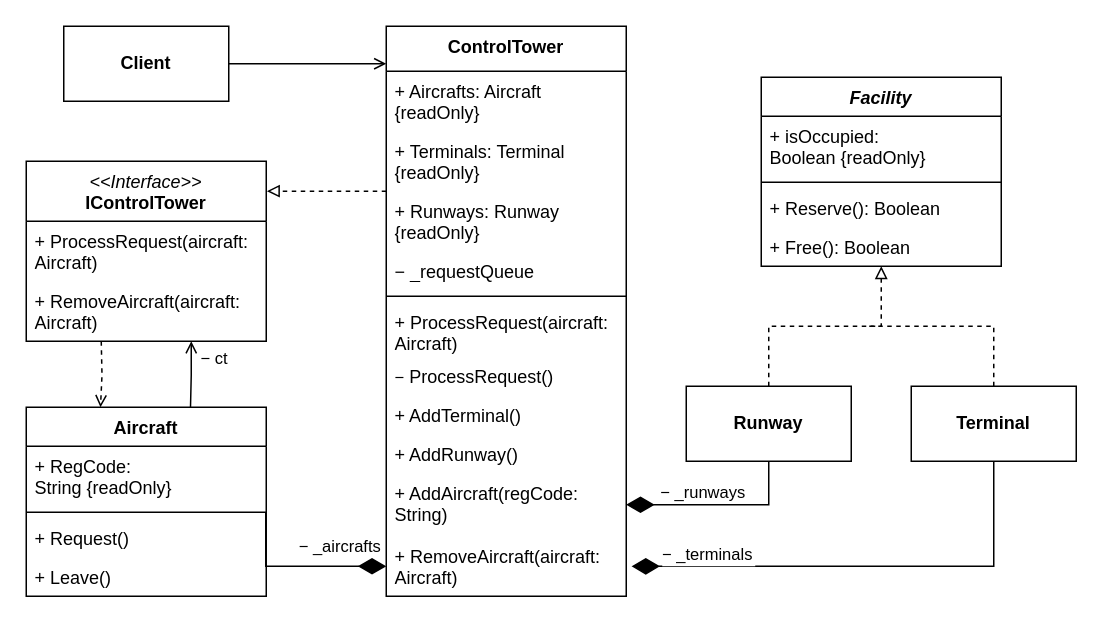
This is Lab_3/Lab_3.drawio from 4lnULpGkuW/OOAD2, a draw.io file, before an edit. Source tidied: cells renumbered, new cells numbered last; positions are measured from the earlier drawing's top-left corner, leaving out a move shared by most shapes. Both pictures are drawn from the tidied source at 150%, with x=0, y=0 at pixel (26, 26).
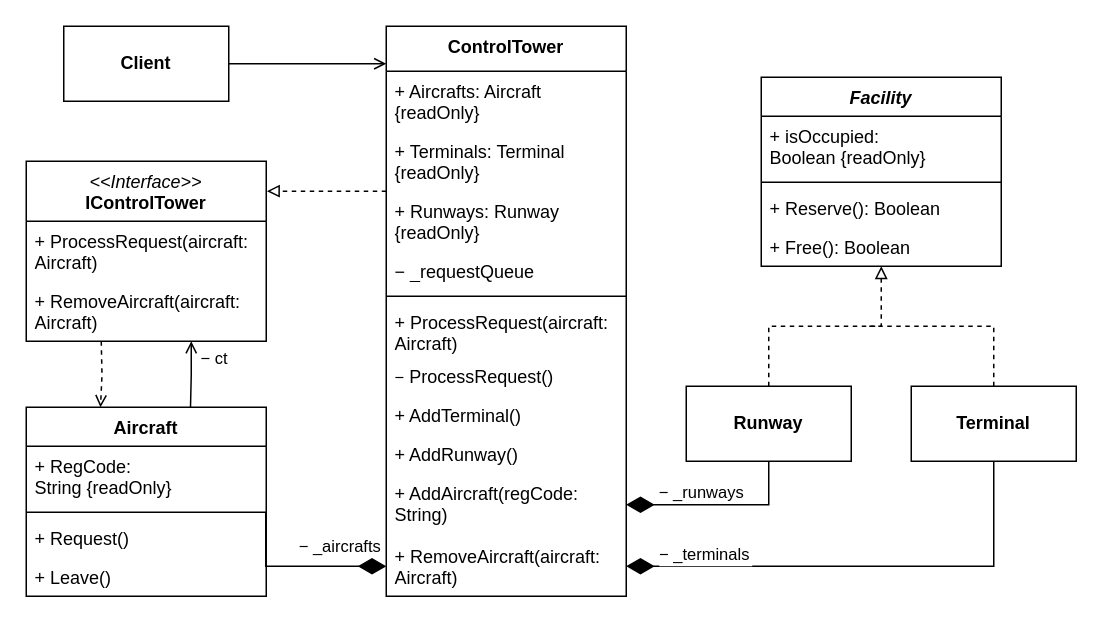
The same page after the edit.

Commit message (it also covers changes not shown here):
another diagram fix

Unchanged cells that the change refers to:
```xml
<mxCell id="16" style="edgeStyle=orthogonalEdgeStyle;rounded=0;jettySize=auto;html=1;entryX=1;entryY=0.5;entryDx=0;entryDy=0;endArrow=diamondThin;endFill=1;endSize=16;exitX=0.5;exitY=1;exitDx=0;exitDy=0;" parent="1" edge="1" source="18" target="33">
  <mxGeometry relative="1" as="geometry" />
</mxCell>
<mxCell id="22" value="&lt;span style=&quot;font-weight: 700;&quot;&gt;Terminal&lt;/span&gt;" style="html=1;whiteSpace=wrap;" parent="1" vertex="1">
  <mxGeometry x="590" y="240" width="110" height="50" as="geometry" />
</mxCell>
<mxCell id="34" value="+ RemoveAircraft(aircraft: Aircraft)" style="text;strokeColor=none;fillColor=none;align=left;verticalAlign=top;spacingLeft=4;spacingRight=4;overflow=hidden;points=[[0,0.5],[1,0.5]];portConstraint=eastwest;whiteSpace=wrap;html=1;" parent="23" vertex="1">
  <mxGeometry y="340" width="160" height="40" as="geometry" />
</mxCell>
```

Diff of the diagram source:
```diff
@@
     <mxCell id="17" value="− _runways" style="edgeLabel;html=1;align=center;verticalAlign=middle;" parent="16" vertex="1">
       <mxGeometry x="0.77" y="-1" relative="1" as="geometry">
-        <mxPoint x="36" y="-8" as="offset" />
+        <mxPoint x="35" y="-8" as="offset" />
       </mxGeometry>
     </mxCell>
@@
-    <mxCell id="20" style="edgeStyle=orthogonalEdgeStyle;rounded=0;jettySize=auto;html=1;entryX=1.022;entryY=0.501;entryDx=0;entryDy=0;endArrow=diamondThin;endFill=1;endSize=16;entryPerimeter=0;" parent="1" edge="1" source="22" target="34">
+    <mxCell id="20" style="edgeStyle=orthogonalEdgeStyle;rounded=0;jettySize=auto;html=1;entryX=1;entryY=0.5;entryDx=0;entryDy=0;endArrow=diamondThin;endFill=1;endSize=16;" parent="1" edge="1" source="22" target="34">
       <mxGeometry relative="1" as="geometry">
         <Array as="points">
           <mxPoint x="645" y="360" />
         </Array>
       </mxGeometry>
     </mxCell>
     <mxCell id="21" value="− _terminals" style="edgeLabel;align=center;verticalAlign=middle;horizontal=1;" parent="20" vertex="1">
       <mxGeometry x="0.85" y="-2" relative="1" as="geometry">
-        <mxPoint x="27" y="-7" as="offset" />
+        <mxPoint x="28" y="-7" as="offset" />
       </mxGeometry>
     </mxCell>
```
